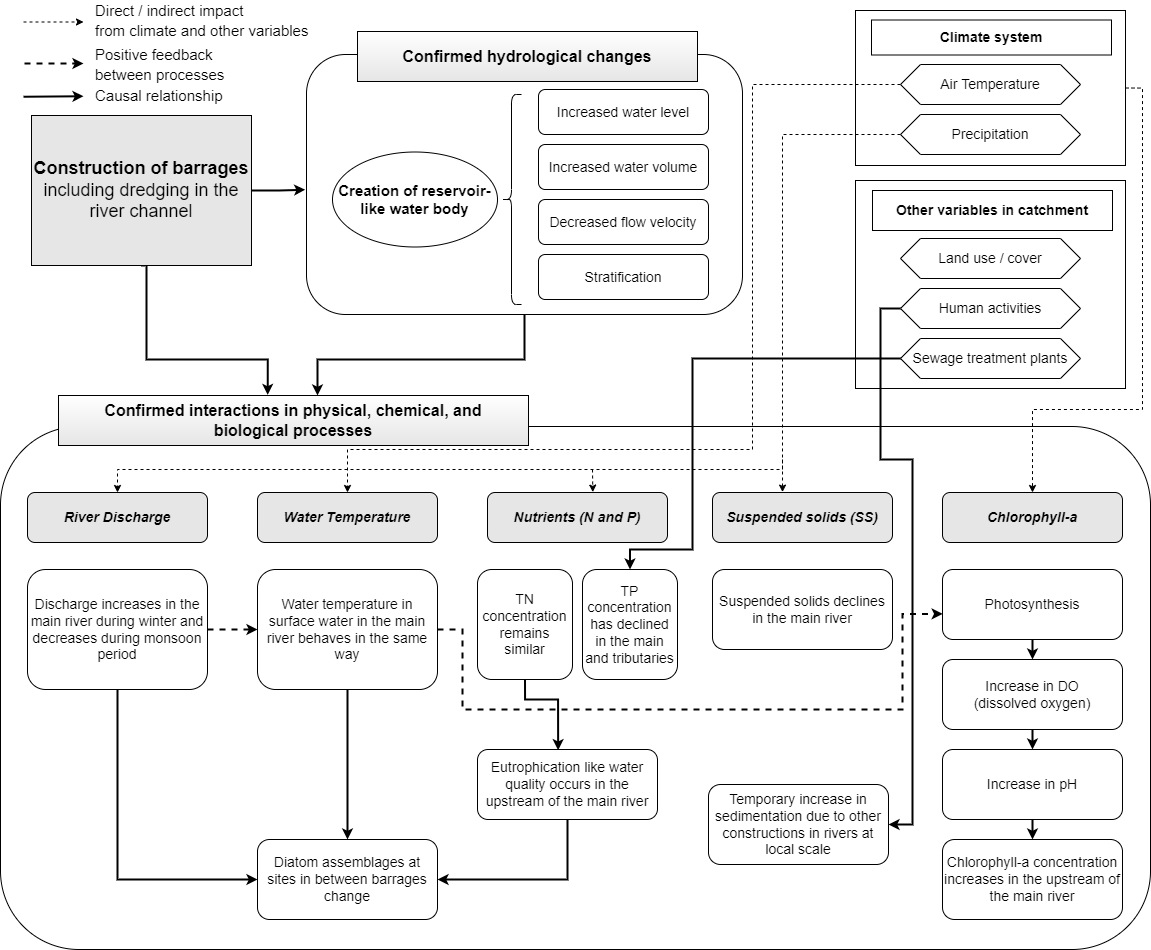
Before: Chapter 7 Confirmed changes.png, a diagram exported from draw.io (muyeoljung/PhD_Studyarea). Source tidied: cells renumbered, new cells last; positions are measured from the earlier drawing's top-left corner, leaving out a move shared by most shapes.
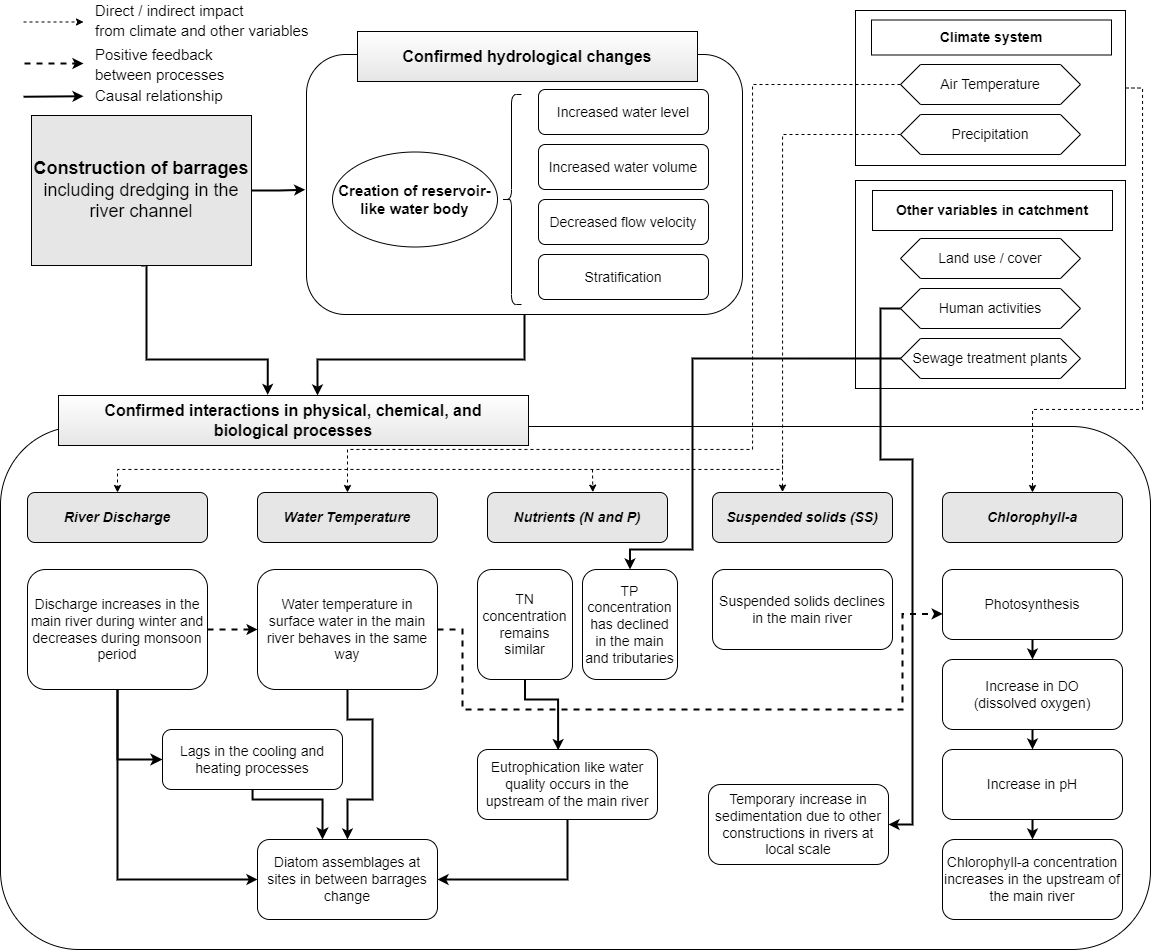
The same diagram one commit later.

The edit, as a diff of the source:
```diff
@@ -192,11 +192,13 @@
         </Array>
       </mxGeometry>
     </mxCell>
-    <mxCell id="47" style="edgeStyle=orthogonalEdgeStyle;rounded=0;jettySize=auto;html=1;exitX=0.5;exitY=1;exitDx=0;exitDy=0;fontSize=15;startArrow=none;startFill=0;endArrow=classic;endFill=1;startSize=5;endSize=5;strokeWidth=2;" parent="1" edge="1" source="48" target="51">
+    <mxCell id="47" style="edgeStyle=orthogonalEdgeStyle;rounded=0;jettySize=auto;html=1;exitX=0.5;exitY=1;exitDx=0;exitDy=0;fontSize=15;startArrow=none;startFill=0;endArrow=classic;endFill=1;startSize=5;endSize=5;strokeWidth=2;entryX=0.5;entryY=0;entryDx=0;entryDy=0;" parent="1" edge="1" source="48" target="51">
       <mxGeometry relative="1" as="geometry">
         <Array as="points">
-          <mxPoint x="347" y="729" />
-          <mxPoint x="347" y="729" />
+          <mxPoint x="347" y="719" />
+          <mxPoint x="372" y="719" />
+          <mxPoint x="372" y="799" />
+          <mxPoint x="347" y="799" />
         </Array>
       </mxGeometry>
     </mxCell>
@@ -276,5 +278,20 @@
     <mxCell id="64" value="Temporary increase in sedimentation due to other constructions in rivers at local scale" style="rounded=1;whiteSpace=wrap;html=1;fontSize=14;" parent="1" vertex="1">
       <mxGeometry x="708" y="784" width="180" height="80" as="geometry" />
     </mxCell>
+    <mxCell id="65" style="edgeStyle=orthogonalEdgeStyle;rounded=0;jettySize=auto;html=1;exitX=0;exitY=0.5;exitDx=0;exitDy=0;strokeWidth=2;startArrow=classic;startFill=1;endArrow=none;endFill=0;" parent="1" edge="1" source="67" target="45">
+      <mxGeometry relative="1" as="geometry" />
+    </mxCell>
+    <mxCell id="66" style="edgeStyle=orthogonalEdgeStyle;rounded=0;jettySize=auto;html=1;startArrow=none;startFill=0;endArrow=classic;endFill=1;strokeWidth=2;" parent="1" edge="1" source="67">
+      <mxGeometry relative="1" as="geometry">
+        <mxPoint x="322" y="839" as="targetPoint" />
+        <Array as="points">
+          <mxPoint x="252" y="799" />
+          <mxPoint x="322" y="799" />
+        </Array>
+      </mxGeometry>
+    </mxCell>
+    <mxCell id="67" value="Lags in the cooling and heating processes" style="rounded=1;whiteSpace=wrap;html=1;fontSize=14;" parent="1" vertex="1">
+      <mxGeometry x="162" y="729" width="180" height="60" as="geometry" />
+    </mxCell>
   </root>
 </mxGraphModel>
```
